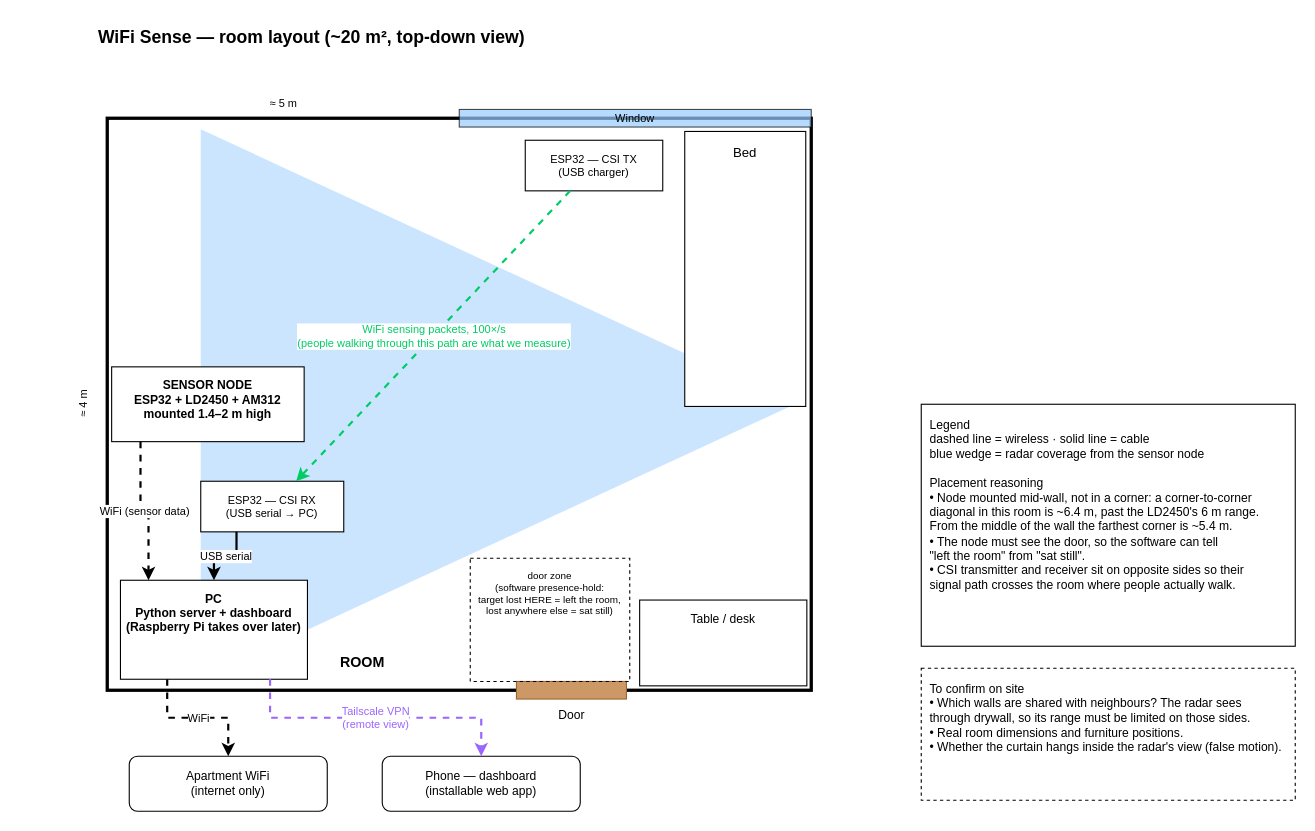
This is docs/room-layout.drawio from Yayky/Challenge_1_Wifi-Sense, a draw.io file, before an edit. Source tidied: cells renumbered, new cells numbered last; positions are measured from the earlier drawing's top-left corner, leaving out a move shared by most shapes. Both pictures are drawn from the tidied source at 110%, with x=0, y=0 at pixel (69, 19).
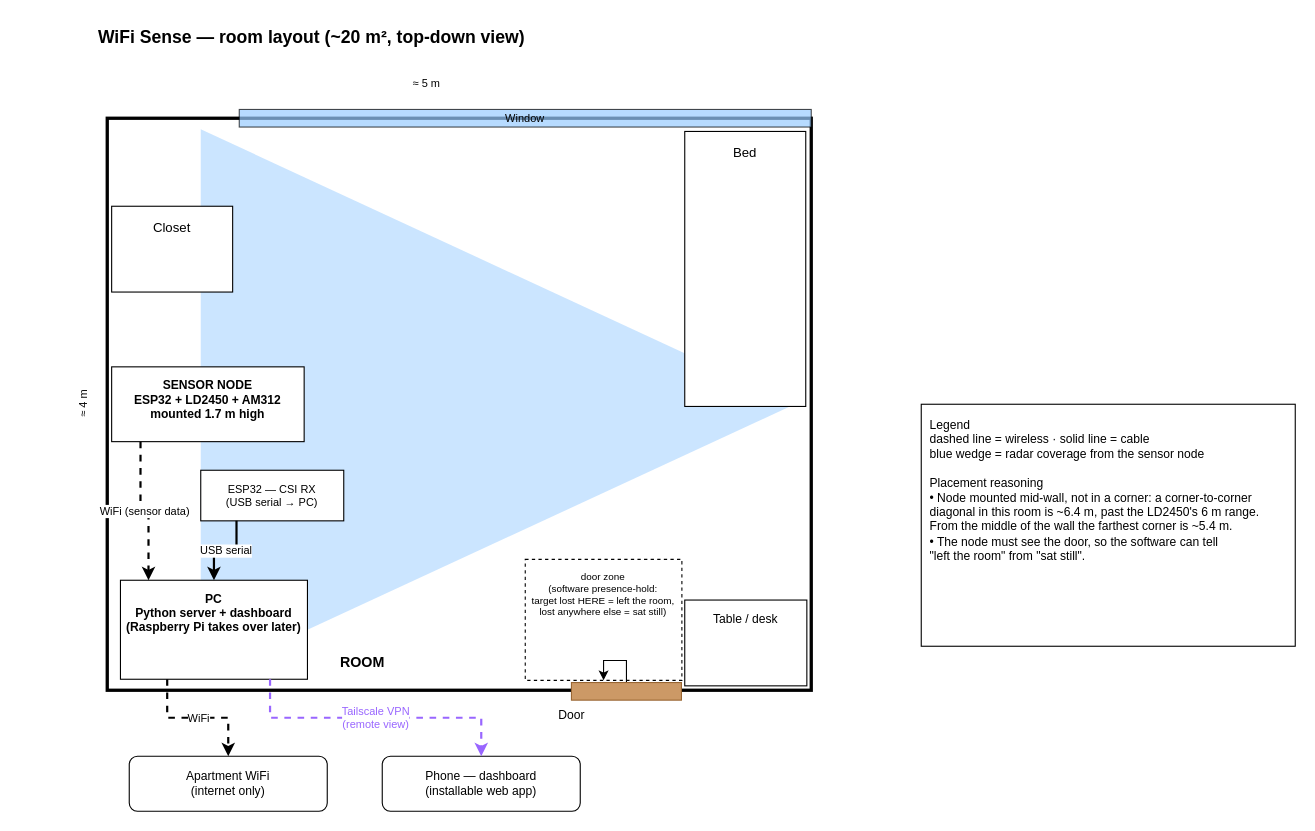
After the change.

The change refers to these unchanged cells:
```xml
<mxCell id="16" value="PC&#10;Python server + dashboard&#10;(Raspberry Pi takes over later)" style="rounded=0;whiteSpace=wrap;html=1;fontSize=11;fontStyle=1;verticalAlign=top;spacingTop=4;" parent="1" vertex="1">
  <mxGeometry x="46" y="510" width="170" height="90" as="geometry" />
</mxCell>
```

The edit, as a diff of the source:
```diff
@@
+    <mxCell id="28" style="rounded=0;whiteSpace=wrap;html=1;gradientColor=none;fillColor=default;glass=0;opacity=0;" parent="1" vertex="1">
+      <mxGeometry x="-46" y="130" width="520" height="510" as="geometry" />
+    </mxCell>
@@
     <mxCell id="7" value="≈ 5 m" style="text;html=1;fontSize=10;align=center;" parent="1" vertex="1">
-      <mxGeometry x="154" y="64" width="80" height="20" as="geometry" />
+      <mxGeometry x="284" y="46" width="80" height="20" as="geometry" />
     </mxCell>
@@
     <mxCell id="9" value="Window" style="rounded=0;whiteSpace=wrap;html=1;fontSize=10;fillColor=#99CCFF;opacity=70;" parent="1" vertex="1">
-      <mxGeometry x="354" y="82" width="320" height="16" as="geometry" />
+      <mxGeometry x="154" y="82" width="520" height="16" as="geometry" />
     </mxCell>
@@
     <mxCell id="11" value="Table / desk" style="rounded=0;whiteSpace=wrap;html=1;fontSize=11;verticalAlign=top;spacingTop=4;" parent="1" vertex="1">
-      <mxGeometry x="518" y="528" width="152" height="78" as="geometry" />
+      <mxGeometry x="559" y="528" width="111" height="78" as="geometry" />
     </mxCell>
-    <mxCell id="12" style="rounded=0;whiteSpace=wrap;html=1;fillColor=#CC9966;strokeColor=#996633;" parent="1" vertex="1">
-      <mxGeometry x="406" y="602" width="100" height="16" as="geometry" />
-    </mxCell>
+    <mxCell id="29" style="edgeStyle=orthogonalEdgeStyle;rounded=0;jettySize=auto;html=1;" parent="1" edge="1" source="30" target="14">
+      <mxGeometry relative="1" as="geometry" />
+    </mxCell>
+    <mxCell id="30" style="rounded=0;whiteSpace=wrap;html=1;fillColor=#CC9966;strokeColor=#996633;" parent="1" vertex="1">
+      <mxGeometry x="456" y="603" width="100" height="16" as="geometry" />
+    </mxCell>
@@
     <mxCell id="14" value="door zone&#10;(software presence-hold:&#10;target lost HERE = left the room,&#10;lost anywhere else = sat still)" style="rounded=0;whiteSpace=wrap;html=1;fontSize=9;dashed=1;fillColor=none;verticalAlign=top;spacingTop=4;" parent="1" vertex="1">
-      <mxGeometry x="364" y="490" width="145" height="112" as="geometry" />
+      <mxGeometry x="414" y="491" width="142.4" height="110" as="geometry" />
     </mxCell>
-    <mxCell id="15" value="SENSOR NODE&#10;ESP32 + LD2450 + AM312&#10;mounted 1.4–2 m high" style="rounded=0;whiteSpace=wrap;html=1;fontSize=11;fontStyle=1;verticalAlign=top;spacingTop=4;" parent="1" vertex="1">
-      <mxGeometry x="38" y="316" width="175" height="68" as="geometry" />
-    </mxCell>
+    <mxCell id="31" value="SENSOR NODE&lt;br&gt;ESP32 + LD2450 + AM312&lt;br&gt;mounted 1.7 m high" style="rounded=0;whiteSpace=wrap;html=1;fontSize=11;fontStyle=1;verticalAlign=top;spacingTop=4;" parent="1" vertex="1">
+      <mxGeometry x="38" y="316" width="175" height="68" as="geometry" />
+    </mxCell>
@@
-    <mxCell id="17" value="ESP32 — CSI TX&#10;(USB charger)" style="rounded=0;whiteSpace=wrap;html=1;fontSize=10;" parent="1" vertex="1">
-      <mxGeometry x="414" y="110" width="125" height="46" as="geometry" />
-    </mxCell>
     <mxCell id="18" value="ESP32 — CSI RX&#10;(USB serial → PC)" style="rounded=0;whiteSpace=wrap;html=1;fontSize=10;" parent="1" vertex="1">
-      <mxGeometry x="119" y="420" width="130" height="46" as="geometry" />
+      <mxGeometry x="119" y="410" width="130" height="46" as="geometry" />
     </mxCell>
-    <mxCell id="19" value="WiFi sensing packets, 100×/s&#10;(people walking through this path are what we measure)" style="edgeStyle=none;rounded=0;html=1;strokeWidth=2;dashed=1;strokeColor=#00CC66;fontSize=10;fontColor=#00CC66;" parent="1" edge="1" source="17" target="18">
-      <mxGeometry relative="1" as="geometry" />
-    </mxCell>
@@
-    <mxCell id="21" value="WiFi (sensor data)" style="edgeStyle=orthogonalEdgeStyle;rounded=0;html=1;strokeWidth=2;dashed=1;fontSize=10;exitX=0.15;exitY=1;exitDx=0;exitDy=0;entryX=0.15;entryY=0;entryDx=0;entryDy=0;" parent="1" edge="1" source="15" target="16">
+    <mxCell id="21" value="WiFi (sensor data)" style="edgeStyle=orthogonalEdgeStyle;rounded=0;html=1;strokeWidth=2;dashed=1;fontSize=10;exitX=0.15;exitY=1;exitDx=0;exitDy=0;entryX=0.15;entryY=0;entryDx=0;entryDy=0;" parent="1" edge="1" source="31" target="16">
       <mxGeometry relative="1" as="geometry" />
     </mxCell>
@@
-    <mxCell id="26" value="Legend&#10;dashed line = wireless    ·    solid line = cable&#10;blue wedge = radar coverage from the sensor node&#10;&#10;Placement reasoning&#10;• Node mounted mid-wall, not in a corner: a corner-to-corner&#10;   diagonal in this room is ~6.4 m, past the LD2450's 6 m range.&#10;   From the middle of the wall the farthest corner is ~5.4 m.&#10;• The node must see the door, so the software can tell&#10;   &quot;left the room&quot; from &quot;sat still&quot;.&#10;• CSI transmitter and receiver sit on opposite sides so their&#10;   signal path crosses the room where people actually walk." style="rounded=0;whiteSpace=wrap;html=1;align=left;verticalAlign=top;fontSize=11;spacing=8;" parent="1" vertex="1">
-      <mxGeometry x="774" y="350" width="340" height="220" as="geometry" />
-    </mxCell>
-    <mxCell id="27" value="To confirm on site&#10;• Which walls are shared with neighbours? The radar sees&#10;   through drywall, so its range must be limited on those sides.&#10;• Real room dimensions and furniture positions.&#10;• Whether the curtain hangs inside the radar's view (false motion)." style="rounded=0;whiteSpace=wrap;html=1;align=left;verticalAlign=top;fontSize=11;spacing=8;dashed=1;" parent="1" vertex="1">
-      <mxGeometry x="774" y="590" width="340" height="120" as="geometry" />
-    </mxCell>
+    <mxCell id="32" value="Legend&lt;br&gt;dashed line = wireless    ·    solid line = cable&lt;br&gt;blue wedge = radar coverage from the sensor node&lt;br&gt;&lt;br&gt;Placement reasoning&lt;br&gt;• Node mounted mid-wall, not in a corner: a corner-to-corner&lt;br&gt;   diagonal in this room is ~6.4 m, past the LD2450's 6 m range.&lt;br&gt;   From the middle of the wall the farthest corner is ~5.4 m.&lt;br&gt;• The node must see the door, so the software can tell&lt;br&gt;   &quot;left the room&quot; from &quot;sat still&quot;." style="rounded=0;whiteSpace=wrap;html=1;align=left;verticalAlign=top;fontSize=11;spacing=8;" parent="1" vertex="1">
+      <mxGeometry x="774" y="350" width="340" height="220" as="geometry" />
+    </mxCell>
+    <mxCell id="33" value="Closet" style="rounded=0;whiteSpace=wrap;html=1;fontSize=12;verticalAlign=top;spacingTop=6;" parent="1" vertex="1">
+      <mxGeometry x="38" y="170" width="110" height="78" as="geometry" />
+    </mxCell>
```
